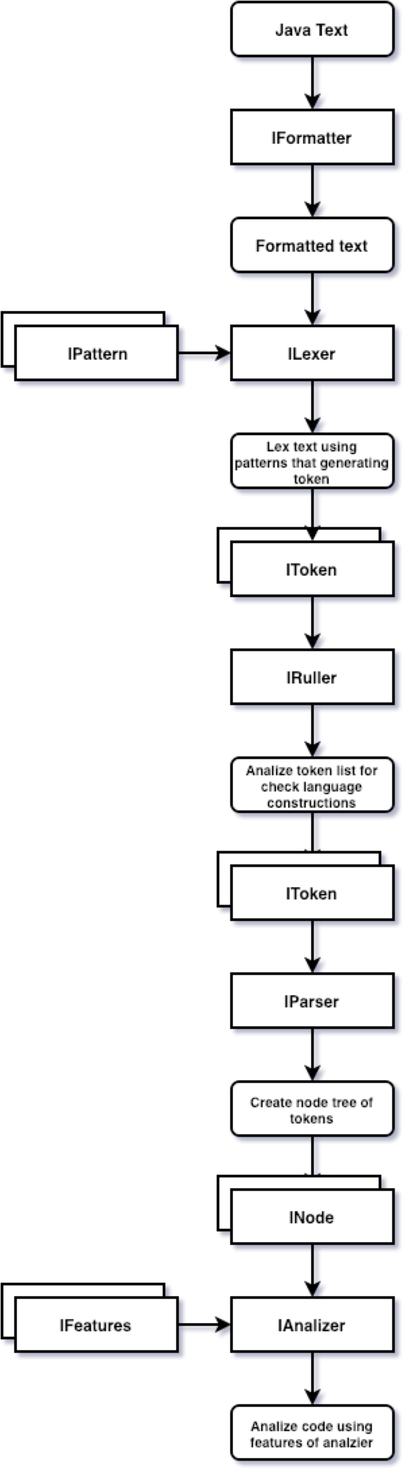
This is Assets/plan-structure.png from the-femba/java-null-safety-linter, a draw.io export, as it was before one commit. Source tidied: cells renumbered, new cells last; positions are measured from the earlier drawing's top-left corner, leaving out a move shared by most shapes.
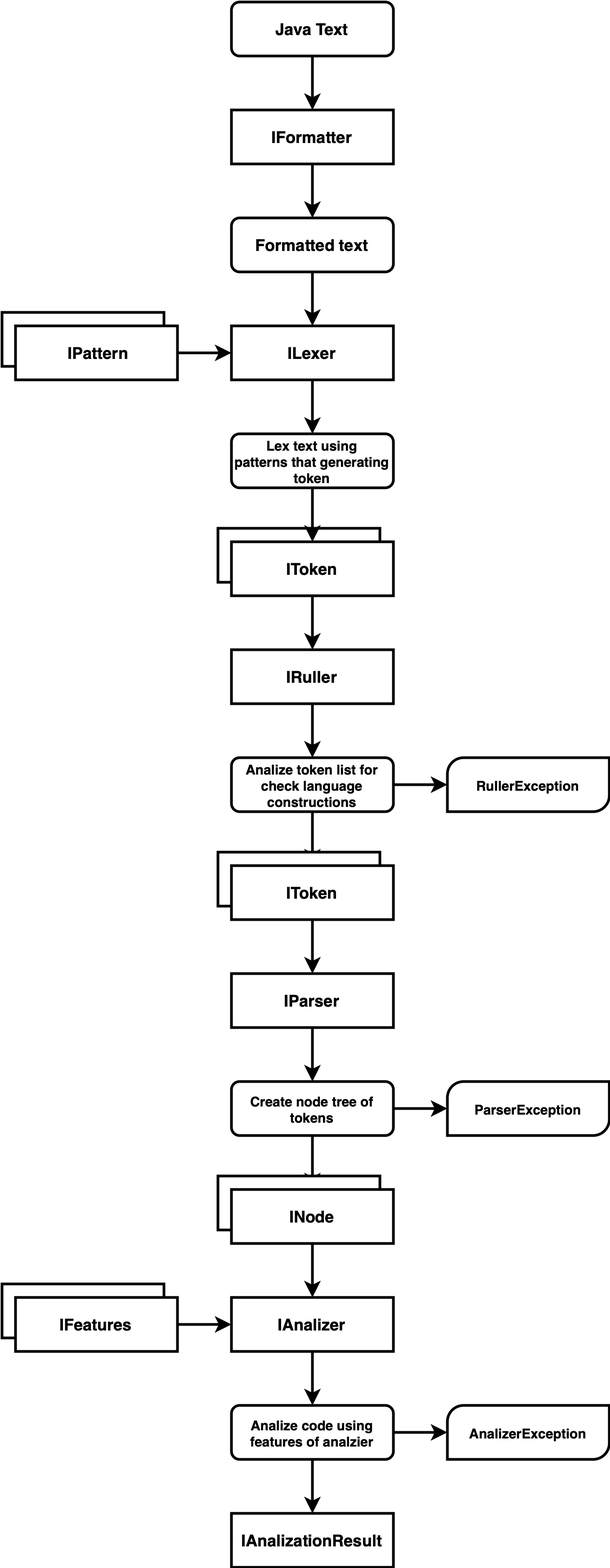
After the change.

The edit, as a diff of the source:
```diff
@@ -2,6 +2,9 @@
   <root>
     <mxCell id="0" />
     <mxCell id="1" parent="0" />
+    <mxCell id="38" style="verticalLabelPosition=bottom;verticalAlign=top;html=1;shape=mxgraph.basic.diag_round_rect;dx=6;fontSize=10;strokeWidth=2;" parent="1" vertex="1">
+      <mxGeometry x="330" y="800" width="120" height="40" as="geometry" />
+    </mxCell>
     <mxCell id="2" value="IRule" style="rounded=0;whiteSpace=wrap;html=1;strokeWidth=2;fontStyle=1;" parent="1" vertex="1">
       <mxGeometry y="950" width="120" height="40" as="geometry" />
     </mxCell>
@@ -84,6 +87,9 @@
     <mxCell id="27" style="edgeStyle=orthogonalEdgeStyle;rounded=0;jettySize=auto;html=1;exitX=0.5;exitY=1;exitDx=0;exitDy=0;entryX=0.5;entryY=0;entryDx=0;entryDy=0;fontSize=10;strokeWidth=2;fontStyle=1;" parent="1" edge="1" source="28" target="31">
       <mxGeometry relative="1" as="geometry" />
     </mxCell>
+    <mxCell id="39" style="edgeStyle=orthogonalEdgeStyle;rounded=0;jettySize=auto;html=1;exitX=1;exitY=0.5;exitDx=0;exitDy=0;entryX=0;entryY=0.5;entryDx=0;entryDy=0;fontSize=10;strokeWidth=2;" parent="1" edge="1" source="28" target="48">
+      <mxGeometry relative="1" as="geometry" />
+    </mxCell>
     <mxCell id="28" value="Analize token list for&lt;br style=&quot;font-size: 10px;&quot;&gt;check language constructions" style="rounded=1;whiteSpace=wrap;html=1;fontSize=10;strokeWidth=2;fontStyle=1;" parent="1" vertex="1">
       <mxGeometry x="170" y="560" width="120" height="40" as="geometry" />
     </mxCell>
@@ -99,6 +105,9 @@
     <mxCell id="32" style="edgeStyle=orthogonalEdgeStyle;rounded=0;jettySize=auto;html=1;exitX=0.5;exitY=1;exitDx=0;exitDy=0;entryX=0.5;entryY=0;entryDx=0;entryDy=0;fontSize=10;strokeWidth=2;fontStyle=1;" parent="1" edge="1" source="33" target="36">
       <mxGeometry relative="1" as="geometry" />
     </mxCell>
+    <mxCell id="40" style="edgeStyle=orthogonalEdgeStyle;rounded=0;jettySize=auto;html=1;exitX=1;exitY=0.5;exitDx=0;exitDy=0;entryX=0;entryY=0.5;entryDx=0;entryDy=0;fontSize=10;strokeWidth=2;" parent="1" edge="1" source="33" target="46">
+      <mxGeometry relative="1" as="geometry" />
+    </mxCell>
     <mxCell id="33" value="Create node tree of tokens" style="rounded=1;whiteSpace=wrap;html=1;fontSize=10;strokeWidth=2;fontStyle=1;" parent="1" vertex="1">
       <mxGeometry x="170" y="800" width="120" height="40" as="geometry" />
     </mxCell>
@@ -111,8 +120,32 @@
     <mxCell id="36" value="INode" style="rounded=0;whiteSpace=wrap;html=1;strokeWidth=2;fontStyle=1;" parent="1" vertex="1">
       <mxGeometry x="170" y="880" width="120" height="40" as="geometry" />
     </mxCell>
+    <mxCell id="41" style="edgeStyle=orthogonalEdgeStyle;rounded=0;jettySize=auto;html=1;exitX=0.5;exitY=1;exitDx=0;exitDy=0;entryX=0.5;entryY=0;entryDx=0;entryDy=0;fontSize=10;strokeWidth=2;" parent="1" edge="1" source="37" target="44">
+      <mxGeometry relative="1" as="geometry" />
+    </mxCell>
+    <mxCell id="42" style="edgeStyle=orthogonalEdgeStyle;rounded=0;jettySize=auto;html=1;exitX=1;exitY=0.5;exitDx=0;exitDy=0;entryX=0;entryY=0.5;entryDx=0;entryDy=0;entryPerimeter=0;fontSize=10;strokeWidth=2;" parent="1" edge="1" source="37" target="43">
+      <mxGeometry relative="1" as="geometry" />
+    </mxCell>
     <mxCell id="37" value="Analize code using features of analzier" style="rounded=1;whiteSpace=wrap;html=1;fontSize=10;strokeWidth=2;fontStyle=1;" parent="1" vertex="1">
       <mxGeometry x="170" y="1040" width="120" height="40" as="geometry" />
     </mxCell>
+    <mxCell id="43" style="verticalLabelPosition=bottom;verticalAlign=top;html=1;shape=mxgraph.basic.diag_round_rect;dx=6;fontSize=10;strokeWidth=2;" parent="1" vertex="1">
+      <mxGeometry x="330" y="1040" width="120" height="40" as="geometry" />
+    </mxCell>
+    <mxCell id="44" value="IAnalizationResult" style="rounded=0;whiteSpace=wrap;html=1;strokeWidth=2;fontStyle=1;" parent="1" vertex="1">
+      <mxGeometry x="170" y="1120" width="120" height="40" as="geometry" />
+    </mxCell>
+    <mxCell id="45" value="AnalizerException" style="rounded=1;whiteSpace=wrap;html=1;fontSize=10;strokeWidth=2;fontStyle=1;labelBackgroundColor=none;fillColor=none;strokeColor=none;" parent="1" vertex="1">
+      <mxGeometry x="330" y="1040" width="120" height="40" as="geometry" />
+    </mxCell>
+    <mxCell id="46" value="ParserException" style="rounded=1;whiteSpace=wrap;html=1;fontSize=10;strokeWidth=2;fontStyle=1;labelBackgroundColor=none;fillColor=none;strokeColor=none;" parent="1" vertex="1">
+      <mxGeometry x="330" y="800" width="120" height="40" as="geometry" />
+    </mxCell>
+    <mxCell id="47" style="verticalLabelPosition=bottom;verticalAlign=top;html=1;shape=mxgraph.basic.diag_round_rect;dx=6;fontSize=10;strokeWidth=2;" parent="1" vertex="1">
+      <mxGeometry x="330" y="560" width="120" height="40" as="geometry" />
+    </mxCell>
+    <mxCell id="48" value="RullerException" style="rounded=1;whiteSpace=wrap;html=1;fontSize=10;strokeWidth=2;fontStyle=1;labelBackgroundColor=none;fillColor=none;strokeColor=none;" parent="1" vertex="1">
+      <mxGeometry x="330" y="560" width="120" height="40" as="geometry" />
+    </mxCell>
   </root>
 </mxGraphModel>
```
